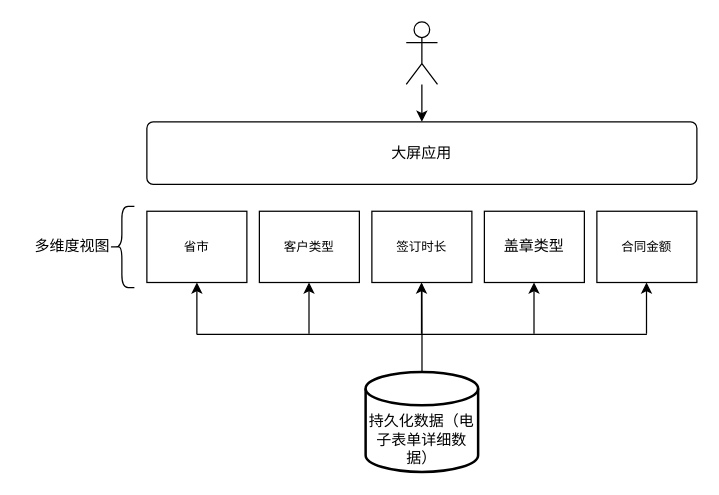
This is process/未命名绘图.drawio from fuzhe1/draw.io, a draw.io file, before an edit. Source tidied: cells renumbered, new cells numbered last; positions are measured from the earlier drawing's top-left corner, leaving out a move shared by most shapes. Both pictures are drawn from the tidied source at 125%, with x=0, y=0 at pixel (21, 21).
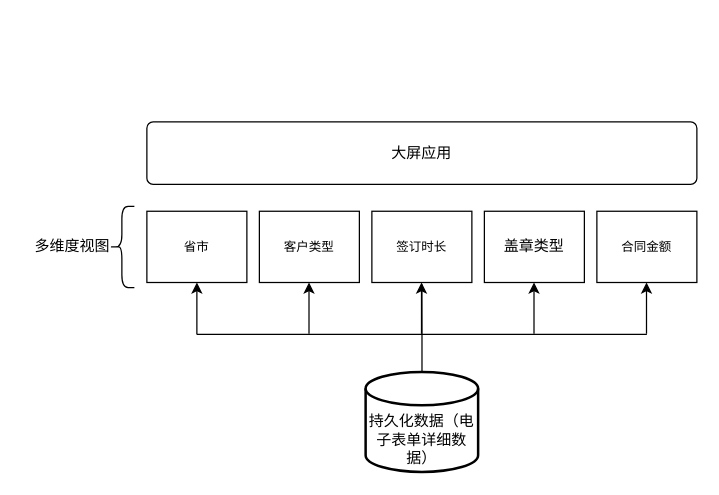
The same diagram, later.

Commit message:
更新未命名绘图.drawio

The change refers to these unchanged cells:
```xml
<mxCell id="19" value="大屏应用" style="rounded=1;arcSize=10;whiteSpace=wrap;html=1;align=center;" parent="2" vertex="1">
  <mxGeometry x="100" y="80" width="440" height="50" as="geometry" />
</mxCell>
```

Diff of the diagram source:
```diff
@@
-    <mxCell id="2" style="group;" parent="1" vertex="1">
+    <mxCell id="2" style="group;rounded=0;align=center;" parent="1" vertex="1">
       <mxGeometry width="540" height="360" as="geometry" />
     </mxCell>
-    <mxCell id="3" style="shape=umlActor;verticalLabelPosition=bottom;verticalAlign=top;html=1;outlineConnect=0;" parent="2" vertex="1">
-      <mxGeometry x="307.5" width="25" height="50" as="geometry" />
-    </mxCell>
@@
-    <mxCell id="20" style="edgeStyle=orthogonalEdgeStyle;rounded=0;jettySize=auto;html=1;" parent="2" edge="1" source="3" target="19">
-      <mxGeometry relative="1" as="geometry" />
-    </mxCell>
```
